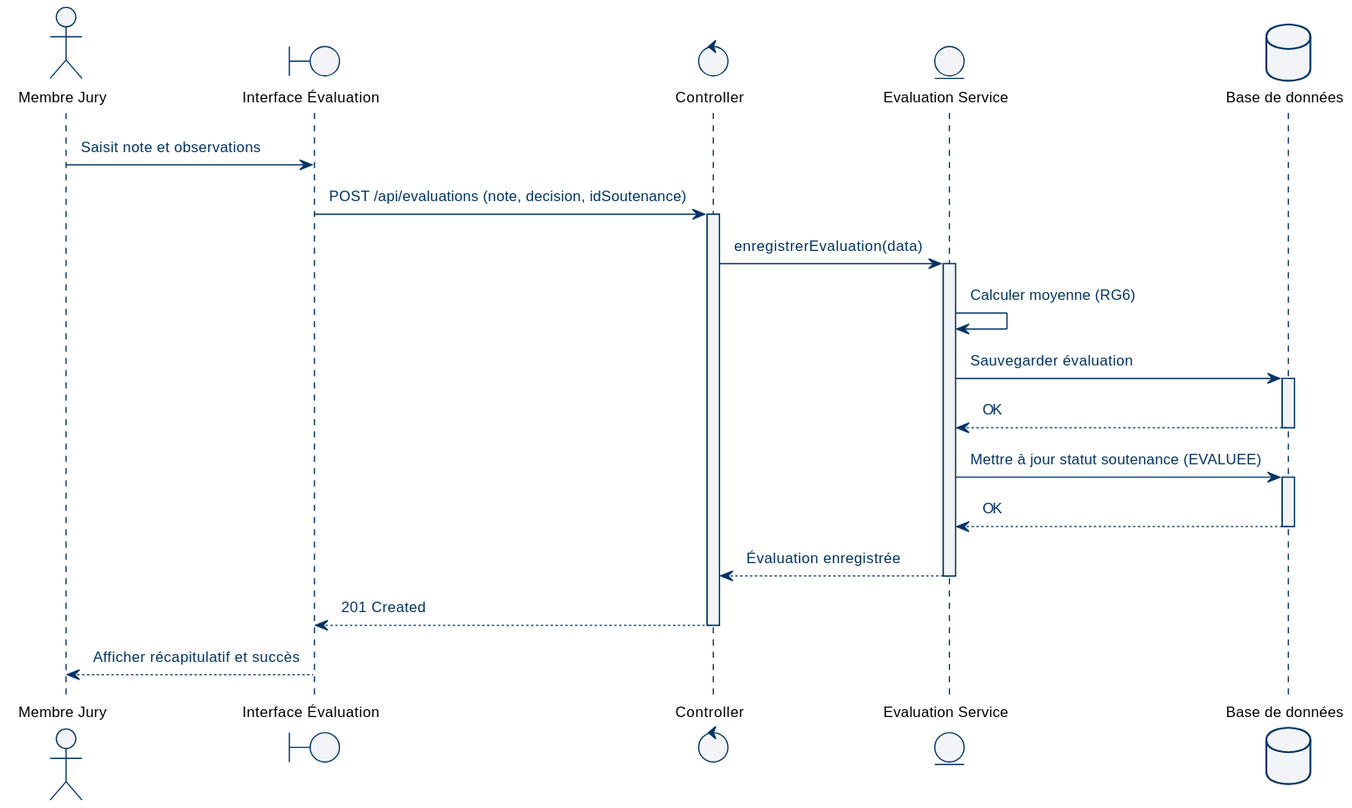
Above: diagrams/svg/seq_evaluation.svg in abdelaziz-ebourki/system-gestion-soutenance (PlantUML), before the change. The source it was exported from:
```plantuml
@startuml
!theme pfe from .

actor "Membre Jury" as Jury
boundary "Interface Évaluation" as Front
control "Controller" as Controller
entity "Evaluation Service" as Service
database "Base de données" as DB

Jury -> Front : Saisit note et observations
Front -> Controller : POST /api/evaluations (note, decision, idSoutenance)
activate Controller

Controller -> Service : enregistrerEvaluation(data)
activate Service

Service -> Service : Calculer moyenne (RG6)
Service -> DB : Sauvegarder évaluation
activate DB
DB --> Service : OK
deactivate DB

Service -> DB : Mettre à jour statut soutenance (EVALUEE)
activate DB
DB --> Service : OK
deactivate DB

Service --> Controller : Évaluation enregistrée
deactivate Service

Controller --> Front : 201 Created
deactivate Controller

Front --> Jury : Afficher récapitulatif et succès
@enduml
```
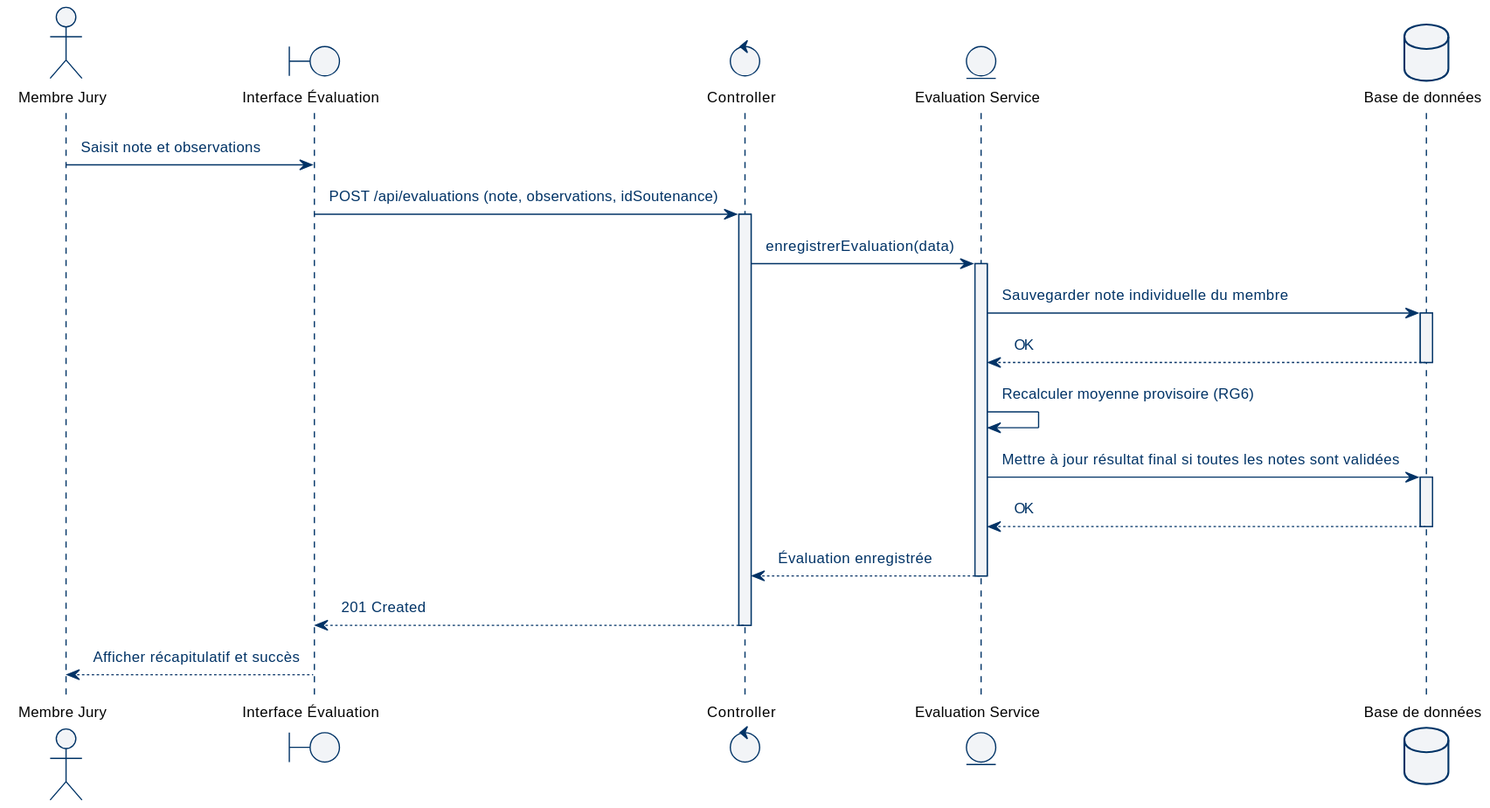
Later version of the same file.

What changed in the source:
```diff
@@ -8,19 +8,19 @@
 database "Base de données" as DB
 
 Jury -> Front : Saisit note et observations
-Front -> Controller : POST /api/evaluations (note, decision, idSoutenance)
+Front -> Controller : POST /api/evaluations (note, observations, idSoutenance)
 activate Controller
 
 Controller -> Service : enregistrerEvaluation(data)
 activate Service
 
-Service -> Service : Calculer moyenne (RG6)
-Service -> DB : Sauvegarder évaluation
+Service -> DB : Sauvegarder note individuelle du membre
 activate DB
 DB --> Service : OK
 deactivate DB
 
-Service -> DB : Mettre à jour statut soutenance (EVALUEE)
+Service -> Service : Recalculer moyenne provisoire (RG6)
+Service -> DB : Mettre à jour résultat final si toutes les notes sont validées
 activate DB
 DB --> Service : OK
 deactivate DB
```
